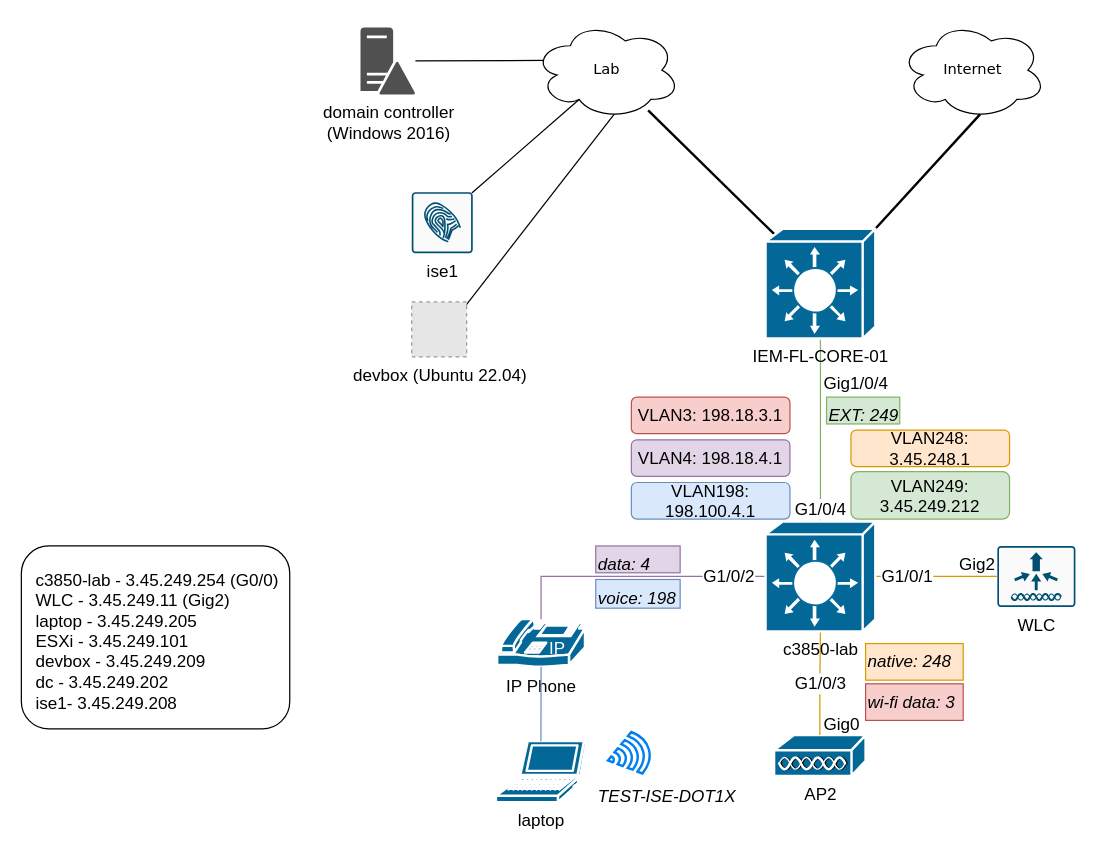
Earlier version of the draw.io diagram docs/ieMentor_lab.drawio (jc-krylatskoe/dot1xConfigTemplate). Source tidied: cells renumbered, new cells numbered last; positions are measured from the earlier drawing's top-left corner, leaving out a move shared by most shapes. Both pictures are drawn from the tidied source at 122%, with x=0, y=0 at pixel (21, 21). Pictures stored in the file or linked from it are replaced by grey dashed boxes.
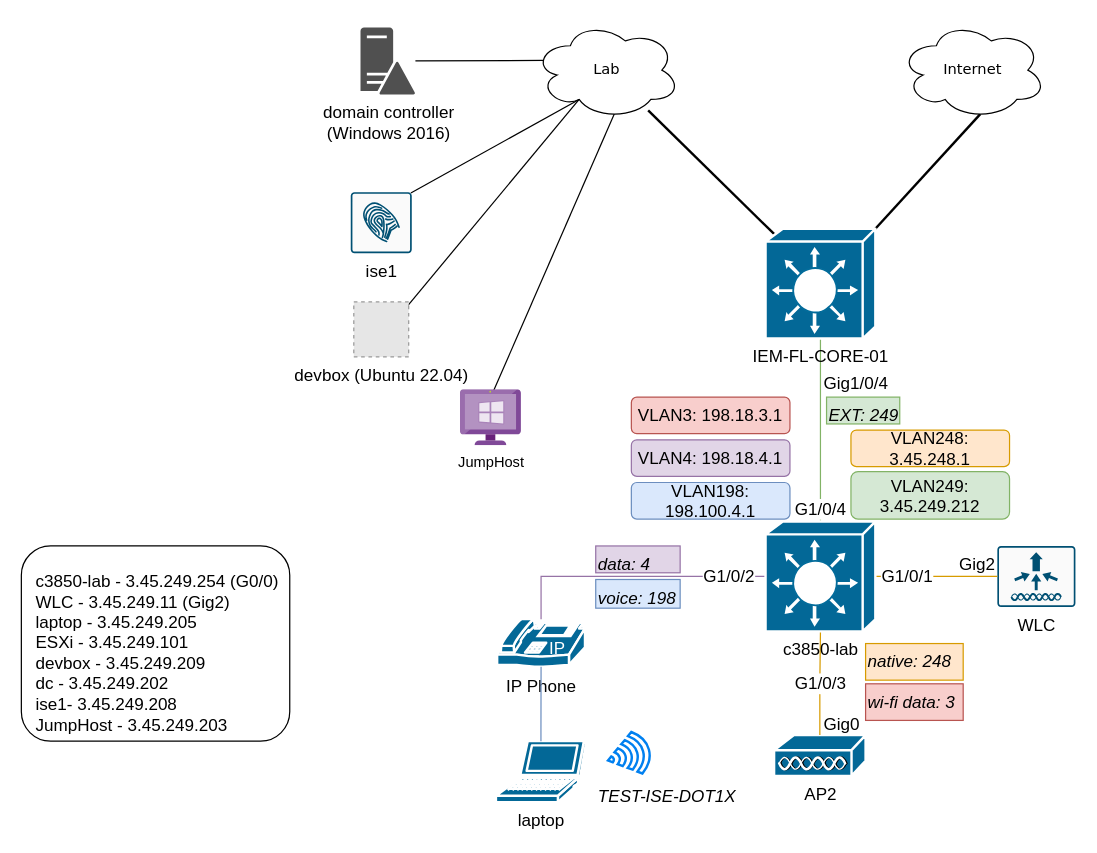
Above is the later version.

The change refers to these unchanged cells:
```xml
<mxCell id="5" value="Lab" style="ellipse;shape=cloud;whiteSpace=wrap;html=1;rounded=0;shadow=0;comic=0;strokeWidth=1;fontFamily=Verdana;fontSize=12;" parent="1" vertex="1">
  <mxGeometry x="420" width="120" height="80" as="geometry" />
</mxCell>
```

Change to the diagram source:
```diff
@@
+    <mxCell id="41" style="rounded=0;jettySize=auto;html=1;exitX=0.55;exitY=0.95;exitDx=0;exitDy=0;exitPerimeter=0;entryX=0.54;entryY=0.022;entryDx=0;entryDy=0;entryPerimeter=0;endArrow=none;endFill=0;" parent="1" edge="1" source="5" target="42">
+      <mxGeometry relative="1" as="geometry" />
+    </mxCell>
@@
     <mxCell id="21" value="ise1" style="sketch=0;points=[[0.015,0.015,0],[0.985,0.015,0],[0.985,0.985,0],[0.015,0.985,0],[0.25,0,0],[0.5,0,0],[0.75,0,0],[1,0.25,0],[1,0.5,0],[1,0.75,0],[0.75,1,0],[0.5,1,0],[0.25,1,0],[0,0.75,0],[0,0.5,0],[0,0.25,0]];verticalLabelPosition=bottom;html=1;verticalAlign=top;align=center;shape=mxgraph.cisco19.rect;prIcon=ise;fillColor=#FAFAFA;strokeColor=#005073;fontSize=14;" parent="1" vertex="1">
-      <mxGeometry x="320" y="140" width="50" height="50" as="geometry" />
+      <mxGeometry x="270" y="140" width="50" height="50" as="geometry" />
     </mxCell>
@@
-    <mxCell id="23" style="rounded=0;jettySize=auto;html=1;exitX=0.965;exitY=0.089;exitDx=0;exitDy=0;entryX=0.55;entryY=0.95;entryDx=0;entryDy=0;entryPerimeter=0;fontSize=14;endArrow=none;endFill=0;exitPerimeter=0;" parent="1" edge="1" source="24" target="5">
+    <mxCell id="23" style="rounded=0;jettySize=auto;html=1;exitX=0.965;exitY=0.089;exitDx=0;exitDy=0;fontSize=14;endArrow=none;endFill=0;exitPerimeter=0;entryX=0.31;entryY=0.8;entryDx=0;entryDy=0;entryPerimeter=0;" parent="1" edge="1" source="24" target="5">
       <mxGeometry relative="1" as="geometry" />
     </mxCell>
     <mxCell id="24" value="devbox (Ubuntu 22.04)" style="fillColor=#E6E6E6;strokeColor=#999999;dashed=1;html=1;verticalAlign=top;verticalLabelPosition=bottom;labelBackgroundColor=#ffffff;fontSize=14;" parent="1" vertex="1">
-      <mxGeometry x="320" y="230" width="45" height="45" as="geometry" />
+      <mxGeometry x="272.5" y="230" width="45" height="45" as="geometry" />
     </mxCell>
@@
     <mxCell id="29" style="group;" parent="1" vertex="1">
-      <mxGeometry y="430" width="250" height="150" as="geometry" />
+      <mxGeometry y="430" width="250" height="160" as="geometry" />
     </mxCell>
     <mxCell id="30" style="rounded=1;whiteSpace=wrap;html=1;fontSize=14;" parent="29" vertex="1">
-      <mxGeometry width="220" height="150" as="geometry" />
+      <mxGeometry width="220" height="160" as="geometry" />
     </mxCell>
-    <mxCell id="31" value="&lt;div&gt;&lt;font style=&quot;font-size: 14px;&quot;&gt;c3850-lab - &lt;/font&gt;3.45.249.254 (G0/0)&lt;br&gt;&lt;/div&gt;&lt;div&gt;WLC - 3.45.249.11 (Gig2)&lt;/div&gt;&lt;div&gt;laptop - 3.45.249.205&lt;/div&gt;&lt;div&gt;ESXi - 3.45.249.101&lt;/div&gt;&lt;div&gt;devbox - 3.45.249.209&lt;/div&gt;&lt;div&gt;dc - 3.45.249.202&lt;/div&gt;&lt;div&gt;ise1- 3.45.249.208&lt;br&gt;&lt;/div&gt;&lt;div&gt;&lt;br&gt;&lt;/div&gt;" style="text;whiteSpace=wrap;html=1;fontSize=14;" parent="29" vertex="1">
-      <mxGeometry x="10" y="13" width="240" height="40" as="geometry" />
+    <mxCell id="31" value="&lt;div&gt;&lt;font style=&quot;font-size: 14px;&quot;&gt;c3850-lab - &lt;/font&gt;3.45.249.254 (G0/0)&lt;br&gt;&lt;/div&gt;&lt;div&gt;WLC - 3.45.249.11 (Gig2)&lt;/div&gt;&lt;div&gt;laptop - 3.45.249.205&lt;/div&gt;&lt;div&gt;ESXi - 3.45.249.101&lt;/div&gt;&lt;div&gt;devbox - 3.45.249.209&lt;/div&gt;&lt;div&gt;dc - 3.45.249.202&lt;/div&gt;&lt;div&gt;ise1- 3.45.249.208&lt;/div&gt;&lt;div&gt;JumpHost - 3.45.249.203&lt;br&gt;&lt;/div&gt;&lt;div&gt;&lt;br&gt;&lt;/div&gt;" style="text;whiteSpace=wrap;html=1;fontSize=14;" parent="29" vertex="1">
+      <mxGeometry x="10" y="13.9" width="240" height="42.7" as="geometry" />
     </mxCell>
@@
+    <mxCell id="42" value="JumpHost" style="sketch=0;html=1;points=[];align=center;image;fontSize=12;image=img/lib/mscae/VM_Windows_Non_Azure.svg;" parent="1" vertex="1">
+      <mxGeometry x="360" y="302" width="50" height="46" as="geometry" />
+    </mxCell>
```
